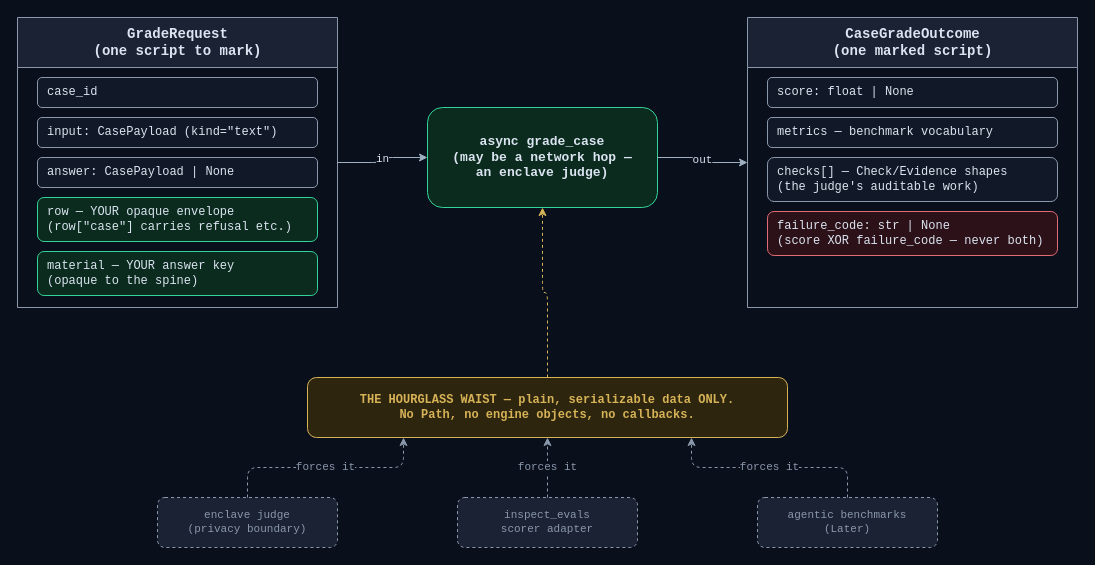
ScreamingFace/screamingface keeps this draw.io diagram as apps/screamingface-engine/docs/diagrams/grade-case-hourglass.drawio. Above is the earlier version. Source tidied: cells renumbered, new cells numbered last; positions are measured from the earlier drawing's top-left corner, leaving out a move shared by most shapes. Both pictures are drawn from the tidied source at 100%, with x=0, y=0 at pixel (17, 17).
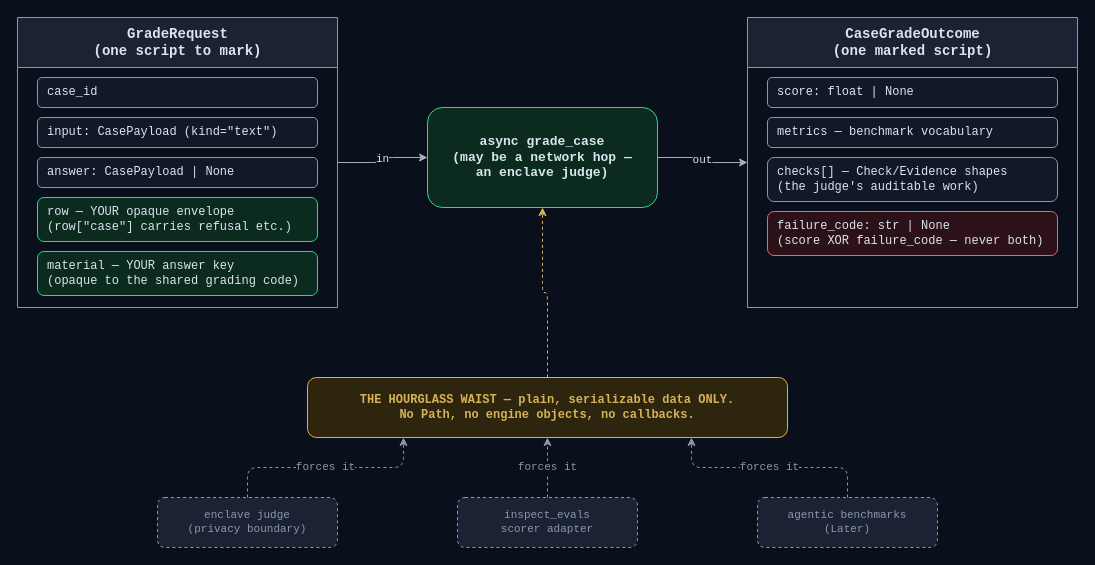
The same diagram, later.

The change refers to these unchanged cells:
```xml
<mxCell id="2" value="GradeRequest&#10;(one script to mark)" style="swimlane;startSize=50;html=1;fillColor=#1a2233;strokeColor=#8b98ab;fontColor=#dbe4f0;fontFamily=Courier New;fontSize=14;fontStyle=1;" parent="1" vertex="1">
  <mxGeometry width="320" height="290" as="geometry" />
</mxCell>
```

What changed in the source:
```diff
@@
-    <mxCell id="7" value="material — YOUR answer key&#10;(opaque to the spine)" style="rounded=1;whiteSpace=wrap;html=1;fillColor=#0a2b1e;strokeColor=#34d399;fontColor=#dbe4f0;fontFamily=Courier New;fontSize=12;align=left;spacingLeft=8;" parent="2" vertex="1">
+    <mxCell id="7" value="material — YOUR answer key&#10;(opaque to the shared grading code)" style="rounded=1;whiteSpace=wrap;html=1;fillColor=#0a2b1e;strokeColor=#34d399;fontColor=#dbe4f0;fontFamily=Courier New;fontSize=12;align=left;spacingLeft=8;" parent="2" vertex="1">
       <mxGeometry x="20" y="234" width="280" height="44" as="geometry" />
     </mxCell>
```
